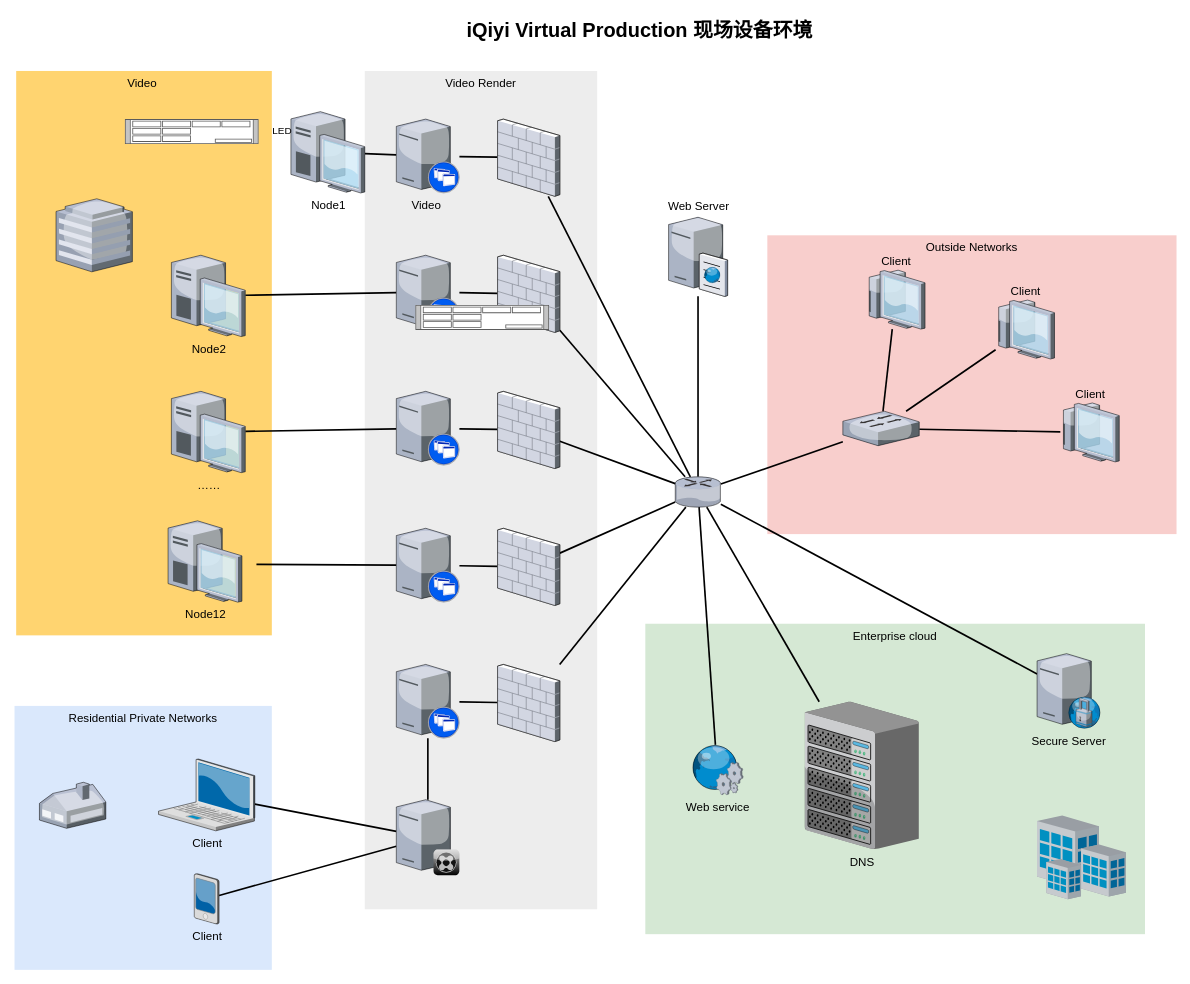
Above: 未命名绘图.drawio in BedRockJie/BedRockJie (draw.io), before the change. Source tidied: cells renumbered, new cells numbered last; positions are measured from the earlier drawing's top-left corner, leaving out a move shared by most shapes. Both pictures are drawn from the tidied source at 83%, with x=0, y=0 at pixel (14, 14).
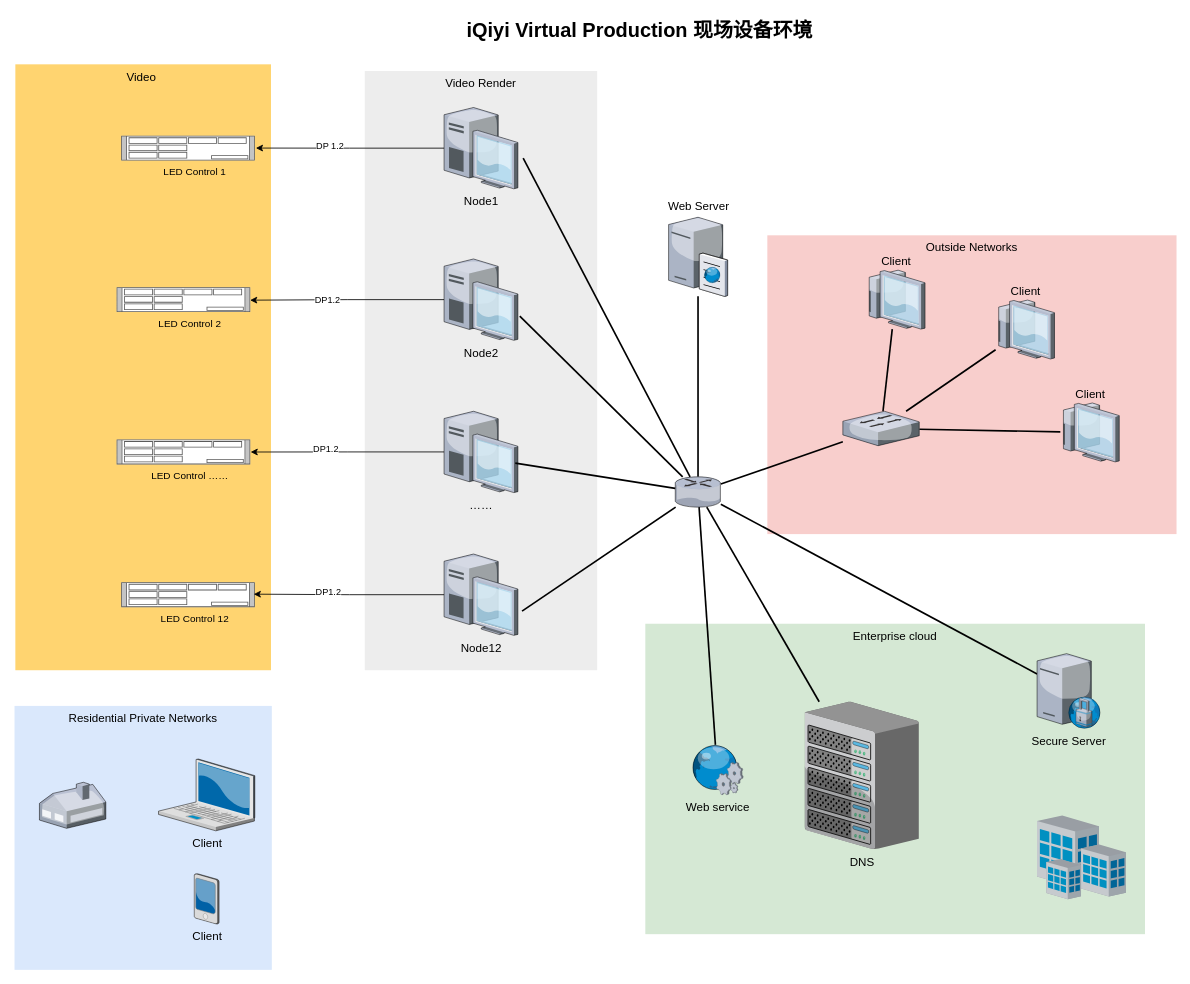
After the change.

Commit message:
爱奇艺现场设备.drawio

The change refers to these unchanged cells:
```xml
<mxCell id="8" value="Client" style="verticalLabelPosition=bottom;html=1;verticalAlign=top;strokeColor=none;shape=mxgraph.citrix.laptop_2;fillColor=#66B2FF;gradientColor=#0066CC;fontSize=14;" parent="1" vertex="1">
  <mxGeometry x="173.5" y="897" width="116" height="86.5" as="geometry" />
</mxCell>
<mxCell id="17" value="Client" style="verticalLabelPosition=bottom;html=1;verticalAlign=top;strokeColor=none;shape=mxgraph.citrix.pda;fillColor=#66B2FF;gradientColor=#0066CC;fontSize=14;" parent="1" vertex="1">
  <mxGeometry x="216.5" y="1035" width="30" height="61" as="geometry" />
</mxCell>
<mxCell id="32" style="verticalLabelPosition=bottom;html=1;verticalAlign=top;strokeColor=none;shape=mxgraph.citrix.router;fillColor=#66B2FF;gradientColor=#0066CC;fontSize=14;" parent="1" vertex="1">
  <mxGeometry x="796" y="557" width="55" height="36.5" as="geometry" />
</mxCell>
```

Diff of the diagram source:
```diff
@@
     <mxCell id="4" value="Video Render" style="whiteSpace=wrap;html=1;fillColor=#EDEDED;fontSize=14;strokeColor=none;verticalAlign=top;" parent="1" vertex="1">
-      <mxGeometry x="422" y="68" width="280" height="1010" as="geometry" />
+      <mxGeometry x="422" y="68" width="280" height="722" as="geometry" />
     </mxCell>
@@
     <mxCell id="6" value="Video&amp;nbsp;" style="whiteSpace=wrap;html=1;fillColor=#FFD470;gradientColor=none;fontSize=14;strokeColor=none;verticalAlign=top;" parent="1" vertex="1">
-      <mxGeometry x="2" y="68" width="308" height="680" as="geometry" />
+      <mxGeometry x="1" y="60" width="308" height="730" as="geometry" />
     </mxCell>
-    <mxCell id="7" style="edgeStyle=none;rounded=0;html=1;startSize=10;endSize=10;jettySize=auto;fontSize=14;endArrow=none;endFill=0;strokeWidth=2;" parent="1" edge="1" source="8" target="34">
-      <mxGeometry relative="1" as="geometry" />
-    </mxCell>
@@
-    <mxCell id="9" style="edgeStyle=none;rounded=0;html=1;startSize=10;endSize=10;jettySize=auto;fontSize=14;endArrow=none;endFill=0;strokeWidth=2;" parent="1" edge="1" target="21">
-      <mxGeometry relative="1" as="geometry">
-        <mxPoint x="291.5" y="662.5" as="sourcePoint" />
-      </mxGeometry>
-    </mxCell>
-    <mxCell id="10" style="edgeStyle=none;rounded=0;html=1;startSize=10;endSize=10;jettySize=auto;fontSize=14;endArrow=none;endFill=0;strokeWidth=2;" parent="1" edge="1" source="11" target="23">
-      <mxGeometry relative="1" as="geometry" />
-    </mxCell>
     <mxCell id="11" value="……" style="verticalLabelPosition=bottom;html=1;verticalAlign=top;strokeColor=none;shape=mxgraph.citrix.desktop;fillColor=#66B2FF;gradientColor=#0066CC;fontSize=14;" parent="1" vertex="1">
-      <mxGeometry x="189" y="454" width="89" height="98" as="geometry" />
+      <mxGeometry x="517.5" y="478" width="89" height="98" as="geometry" />
     </mxCell>
-    <mxCell id="12" style="edgeStyle=none;rounded=0;html=1;startSize=10;endSize=10;jettySize=auto;fontSize=14;endArrow=none;endFill=0;strokeWidth=2;" parent="1" edge="1" source="13" target="25">
-      <mxGeometry relative="1" as="geometry" />
-    </mxCell>
     <mxCell id="13" value="Node2" style="verticalLabelPosition=bottom;html=1;verticalAlign=top;strokeColor=none;shape=mxgraph.citrix.desktop;fillColor=#66B2FF;gradientColor=#0066CC;fontSize=14;" parent="1" vertex="1">
-      <mxGeometry x="189" y="290" width="89" height="98" as="geometry" />
+      <mxGeometry x="517.5" y="294.5" width="89" height="98" as="geometry" />
     </mxCell>
-    <mxCell id="14" style="edgeStyle=none;rounded=0;html=1;startSize=10;endSize=10;jettySize=auto;fontSize=14;endArrow=none;endFill=0;strokeWidth=2;" parent="1" edge="1" source="15" target="27">
-      <mxGeometry relative="1" as="geometry" />
-    </mxCell>
     <mxCell id="15" value="Node1" style="verticalLabelPosition=bottom;html=1;verticalAlign=top;strokeColor=none;shape=mxgraph.citrix.desktop;fillColor=#66B2FF;gradientColor=#0066CC;fontSize=14;" parent="1" vertex="1">
-      <mxGeometry x="333" y="117" width="89" height="98" as="geometry" />
+      <mxGeometry x="517.5" y="112" width="89" height="98" as="geometry" />
     </mxCell>
-    <mxCell id="16" style="edgeStyle=none;rounded=0;html=1;startSize=10;endSize=10;jettySize=auto;fontSize=14;endArrow=none;endFill=0;strokeWidth=2;" parent="1" edge="1" source="17" target="34">
-      <mxGeometry relative="1" as="geometry" />
-    </mxCell>
@@
-    <mxCell id="18" style="edgeStyle=none;rounded=0;html=1;startSize=10;endSize=10;jettySize=auto;fontSize=14;endArrow=none;endFill=0;strokeWidth=2;" parent="1" edge="1" source="19" target="46">
-      <mxGeometry relative="1" as="geometry" />
-    </mxCell>
-    <mxCell id="19" style="verticalLabelPosition=bottom;html=1;verticalAlign=top;strokeColor=none;shape=mxgraph.citrix.xenapp_server;fillColor=#66B2FF;gradientColor=#0066CC;fontSize=14;" parent="1" vertex="1">
-      <mxGeometry x="460" y="783" width="76" height="89" as="geometry" />
-    </mxCell>
-    <mxCell id="20" style="edgeStyle=none;rounded=0;html=1;startSize=10;endSize=10;jettySize=auto;fontSize=14;endArrow=none;endFill=0;strokeWidth=2;" parent="1" edge="1" source="21" target="44">
-      <mxGeometry relative="1" as="geometry" />
-    </mxCell>
-    <mxCell id="21" style="verticalLabelPosition=bottom;html=1;verticalAlign=top;strokeColor=none;shape=mxgraph.citrix.xenapp_server;fillColor=#66B2FF;gradientColor=#0066CC;fontSize=14;" parent="1" vertex="1">
-      <mxGeometry x="460" y="619" width="76" height="89" as="geometry" />
-    </mxCell>
-    <mxCell id="22" style="edgeStyle=none;rounded=0;html=1;startSize=10;endSize=10;jettySize=auto;fontSize=14;endArrow=none;endFill=0;strokeWidth=2;" parent="1" edge="1" source="23" target="42">
-      <mxGeometry relative="1" as="geometry" />
-    </mxCell>
-    <mxCell id="23" style="verticalLabelPosition=bottom;html=1;verticalAlign=top;strokeColor=none;shape=mxgraph.citrix.xenapp_server;fillColor=#66B2FF;gradientColor=#0066CC;fontSize=14;" parent="1" vertex="1">
-      <mxGeometry x="460" y="454" width="76" height="89" as="geometry" />
-    </mxCell>
-    <mxCell id="24" style="edgeStyle=none;rounded=0;html=1;startSize=10;endSize=10;jettySize=auto;fontSize=14;endArrow=none;endFill=0;strokeWidth=2;" parent="1" edge="1" source="25" target="40">
-      <mxGeometry relative="1" as="geometry" />
-    </mxCell>
-    <mxCell id="25" style="verticalLabelPosition=bottom;html=1;verticalAlign=top;strokeColor=none;shape=mxgraph.citrix.xenapp_server;fillColor=#66B2FF;gradientColor=#0066CC;fontSize=14;" parent="1" vertex="1">
-      <mxGeometry x="460" y="290" width="76" height="89" as="geometry" />
-    </mxCell>
-    <mxCell id="26" style="edgeStyle=none;rounded=0;html=1;startSize=10;endSize=10;jettySize=auto;fontSize=14;endArrow=none;endFill=0;strokeWidth=2;" parent="1" edge="1" source="27" target="38">
-      <mxGeometry relative="1" as="geometry" />
-    </mxCell>
-    <mxCell id="27" value="Video&amp;nbsp;" style="verticalLabelPosition=bottom;html=1;verticalAlign=top;strokeColor=none;shape=mxgraph.citrix.xenapp_server;fillColor=#66B2FF;gradientColor=#0066CC;fontSize=14;" parent="1" vertex="1">
-      <mxGeometry x="460" y="126" width="76" height="89" as="geometry" />
-    </mxCell>
@@
-    <mxCell id="33" style="edgeStyle=none;rounded=0;html=1;startSize=10;endSize=10;jettySize=auto;fontSize=14;endArrow=none;endFill=0;strokeWidth=2;" parent="1" edge="1" source="34" target="19">
-      <mxGeometry relative="1" as="geometry" />
-    </mxCell>
-    <mxCell id="34" style="verticalLabelPosition=bottom;html=1;verticalAlign=top;strokeColor=none;shape=mxgraph.citrix.xenclient_synchronizer;fillColor=#CCCCCC;gradientColor=#000000;gradientDirection=south;fontSize=14;" parent="1" vertex="1">
-      <mxGeometry x="460" y="946" width="76" height="91" as="geometry" />
-    </mxCell>
@@
-    <mxCell id="37" style="edgeStyle=none;rounded=0;html=1;startSize=10;endSize=10;jettySize=auto;fontSize=14;endArrow=none;endFill=0;strokeWidth=2;" parent="1" edge="1" source="38" target="32">
+    <mxCell id="37" style="edgeStyle=none;rounded=0;html=1;startSize=10;endSize=10;jettySize=auto;fontSize=14;endArrow=none;endFill=0;strokeWidth=2;exitX=1.071;exitY=0.622;exitDx=0;exitDy=0;exitPerimeter=0;" parent="1" edge="1" source="15" target="32">
       <mxGeometry relative="1" as="geometry" />
     </mxCell>
-    <mxCell id="38" style="verticalLabelPosition=bottom;html=1;verticalAlign=top;strokeColor=none;shape=mxgraph.citrix.firewall;fillColor=#66B2FF;gradientColor=#0066CC;fontSize=14;" parent="1" vertex="1">
-      <mxGeometry x="582" y="126" width="75" height="93" as="geometry" />
-    </mxCell>
-    <mxCell id="39" style="edgeStyle=none;rounded=0;html=1;startSize=10;endSize=10;jettySize=auto;fontSize=14;endArrow=none;endFill=0;strokeWidth=2;" parent="1" edge="1" source="40" target="32">
+    <mxCell id="39" style="edgeStyle=none;rounded=0;html=1;startSize=10;endSize=10;jettySize=auto;fontSize=14;endArrow=none;endFill=0;strokeWidth=2;exitX=1.025;exitY=0.703;exitDx=0;exitDy=0;exitPerimeter=0;" parent="1" edge="1" source="13" target="32">
       <mxGeometry relative="1" as="geometry" />
     </mxCell>
-    <mxCell id="40" style="verticalLabelPosition=bottom;html=1;verticalAlign=top;strokeColor=none;shape=mxgraph.citrix.firewall;fillColor=#66B2FF;gradientColor=#0066CC;fontSize=14;" parent="1" vertex="1">
-      <mxGeometry x="582" y="290" width="75" height="93" as="geometry" />
-    </mxCell>
-    <mxCell id="41" style="edgeStyle=none;rounded=0;html=1;startSize=10;endSize=10;jettySize=auto;fontSize=14;endArrow=none;endFill=0;strokeWidth=2;" parent="1" edge="1" source="42" target="32">
+    <mxCell id="41" style="edgeStyle=none;rounded=0;html=1;startSize=10;endSize=10;jettySize=auto;fontSize=14;endArrow=none;endFill=0;strokeWidth=2;exitX=0.965;exitY=0.637;exitDx=0;exitDy=0;exitPerimeter=0;" parent="1" edge="1" source="11" target="32">
       <mxGeometry relative="1" as="geometry" />
     </mxCell>
-    <mxCell id="42" style="verticalLabelPosition=bottom;html=1;verticalAlign=top;strokeColor=none;shape=mxgraph.citrix.firewall;fillColor=#66B2FF;gradientColor=#0066CC;fontSize=14;" parent="1" vertex="1">
-      <mxGeometry x="582" y="454" width="75" height="93" as="geometry" />
-    </mxCell>
-    <mxCell id="43" style="edgeStyle=none;rounded=0;html=1;startSize=10;endSize=10;jettySize=auto;fontSize=14;endArrow=none;endFill=0;strokeWidth=2;" parent="1" edge="1" source="44" target="32">
+    <mxCell id="43" style="edgeStyle=none;rounded=0;html=1;startSize=10;endSize=10;jettySize=auto;fontSize=14;endArrow=none;endFill=0;strokeWidth=2;exitX=1.056;exitY=0.702;exitDx=0;exitDy=0;exitPerimeter=0;" parent="1" edge="1" source="61" target="32">
       <mxGeometry relative="1" as="geometry" />
     </mxCell>
-    <mxCell id="44" style="verticalLabelPosition=bottom;html=1;verticalAlign=top;strokeColor=none;shape=mxgraph.citrix.firewall;fillColor=#66B2FF;gradientColor=#0066CC;fontSize=14;" parent="1" vertex="1">
-      <mxGeometry x="582" y="619" width="75" height="93" as="geometry" />
-    </mxCell>
-    <mxCell id="45" style="edgeStyle=none;rounded=0;html=1;startSize=10;endSize=10;jettySize=auto;fontSize=14;endArrow=none;endFill=0;strokeWidth=2;" parent="1" edge="1" source="46" target="32">
-      <mxGeometry relative="1" as="geometry" />
-    </mxCell>
-    <mxCell id="46" style="verticalLabelPosition=bottom;html=1;verticalAlign=top;strokeColor=none;shape=mxgraph.citrix.firewall;fillColor=#66B2FF;gradientColor=#0066CC;fontSize=14;" parent="1" vertex="1">
-      <mxGeometry x="582" y="783" width="75" height="93" as="geometry" />
-    </mxCell>
@@
-    <mxCell id="48" style="verticalLabelPosition=bottom;html=1;verticalAlign=top;strokeColor=none;shape=mxgraph.citrix.hq_enterprise;fillColor=#66B2FF;gradientColor=#0066CC;fontSize=14;" parent="1" vertex="1">
-      <mxGeometry x="50" y="222" width="92" height="88" as="geometry" />
-    </mxCell>
@@
     <mxCell id="61" value="Node12" style="verticalLabelPosition=bottom;html=1;verticalAlign=top;strokeColor=none;shape=mxgraph.citrix.desktop;fillColor=#66B2FF;gradientColor=#0066CC;fontSize=14;" parent="1" vertex="1">
-      <mxGeometry x="185" y="610" width="89" height="98" as="geometry" />
+      <mxGeometry x="517.5" y="650" width="89" height="98" as="geometry" />
     </mxCell>
-    <mxCell id="62" style="shape=mxgraph.rack.ibm.ibm_x3630_m4;html=1;labelPosition=right;align=left;spacingLeft=15;dashed=0;shadow=0;fillColor=#ffffff;" parent="1" vertex="1">
-      <mxGeometry x="483" y="350" width="161" height="30" as="geometry" />
-    </mxCell>
-    <mxCell id="63" value="LED" style="shape=mxgraph.rack.ibm.ibm_x3630_m4;html=1;labelPosition=right;align=left;spacingLeft=15;dashed=0;shadow=0;fillColor=#ffffff;" parent="1" vertex="1">
-      <mxGeometry x="133" y="126" width="161" height="30" as="geometry" />
+    <mxCell id="63" value="LED Control 1" style="shape=mxgraph.rack.ibm.ibm_x3630_m4;html=1;labelPosition=center;align=center;spacingLeft=15;dashed=0;shadow=0;fillColor=#ffffff;verticalLabelPosition=bottom;verticalAlign=top;" parent="1" vertex="1">
+      <mxGeometry x="128.5" y="146" width="161" height="30" as="geometry" />
     </mxCell>
+    <mxCell id="64" value="LED Control 2" style="shape=mxgraph.rack.ibm.ibm_x3630_m4;html=1;labelPosition=center;align=center;spacingLeft=15;dashed=0;shadow=0;fillColor=#ffffff;verticalLabelPosition=bottom;verticalAlign=top;" parent="1" vertex="1">
+      <mxGeometry x="123" y="328.5" width="161" height="30" as="geometry" />
+    </mxCell>
+    <mxCell id="65" value="LED Control ……" style="shape=mxgraph.rack.ibm.ibm_x3630_m4;html=1;labelPosition=center;align=center;spacingLeft=15;dashed=0;shadow=0;fillColor=#ffffff;verticalLabelPosition=bottom;verticalAlign=top;" parent="1" vertex="1">
+      <mxGeometry x="123" y="512" width="161" height="30" as="geometry" />
+    </mxCell>
+    <mxCell id="66" value="LED Control 12" style="shape=mxgraph.rack.ibm.ibm_x3630_m4;html=1;labelPosition=center;align=center;spacingLeft=15;dashed=0;shadow=0;fillColor=#ffffff;verticalLabelPosition=bottom;verticalAlign=top;" parent="1" vertex="1">
+      <mxGeometry x="128.5" y="684" width="161" height="30" as="geometry" />
+    </mxCell>
+    <mxCell id="67" style="edgeStyle=orthogonalEdgeStyle;rounded=0;orthogonalLoop=1;jettySize=auto;html=1;exitX=0.5;exitY=1;exitDx=0;exitDy=0;" parent="1" edge="1" source="4" target="4">
+      <mxGeometry relative="1" as="geometry" />
+    </mxCell>
+    <mxCell id="68" style="edgeStyle=orthogonalEdgeStyle;rounded=0;jettySize=auto;html=1;entryX=1.008;entryY=0.496;entryDx=0;entryDy=0;entryPerimeter=0;" parent="1" edge="1" source="15" target="63">
+      <mxGeometry relative="1" as="geometry" />
+    </mxCell>
+    <mxCell id="69" value="DP 1.2" style="edgeLabel;html=1;align=center;verticalAlign=middle;" parent="68" vertex="1">
+      <mxGeometry x="0.22" y="-2" relative="1" as="geometry" />
+    </mxCell>
+    <mxCell id="70" style="edgeStyle=orthogonalEdgeStyle;rounded=0;jettySize=auto;html=1;entryX=0.999;entryY=0.522;entryDx=0;entryDy=0;entryPerimeter=0;" parent="1" edge="1" source="13" target="64">
+      <mxGeometry relative="1" as="geometry" />
+    </mxCell>
+    <mxCell id="71" value="DP1.2" style="edgeLabel;html=1;align=center;verticalAlign=middle;" parent="70" vertex="1">
+      <mxGeometry x="0.22" y="-1" relative="1" as="geometry">
+        <mxPoint x="1" as="offset" />
+      </mxGeometry>
+    </mxCell>
+    <mxCell id="72" style="edgeStyle=orthogonalEdgeStyle;rounded=0;jettySize=auto;html=1;entryX=1.003;entryY=0.503;entryDx=0;entryDy=0;entryPerimeter=0;" parent="1" edge="1" source="11" target="65">
+      <mxGeometry relative="1" as="geometry" />
+    </mxCell>
+    <mxCell id="73" value="DP1.2" style="edgeLabel;html=1;align=center;verticalAlign=middle;" parent="72" vertex="1">
+      <mxGeometry x="0.22" y="-4" relative="1" as="geometry">
+        <mxPoint x="-1" as="offset" />
+      </mxGeometry>
+    </mxCell>
+    <mxCell id="74" style="edgeStyle=orthogonalEdgeStyle;rounded=0;jettySize=auto;html=1;entryX=0.992;entryY=0.479;entryDx=0;entryDy=0;entryPerimeter=0;" parent="1" edge="1" source="61" target="66">
+      <mxGeometry relative="1" as="geometry" />
+    </mxCell>
+    <mxCell id="75" value="DP1.2" style="edgeLabel;html=1;align=center;verticalAlign=middle;" parent="74" vertex="1">
+      <mxGeometry x="0.23" y="-3" relative="1" as="geometry" />
+    </mxCell>
```
